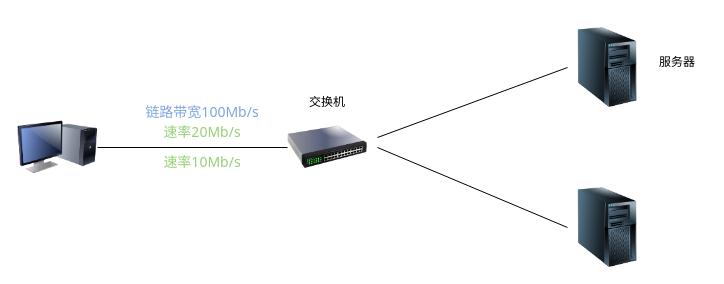
Before: computer network/速率带宽和吞吐量的区别.drawio in twodollarstwenty/drawio, a draw.io diagram. Source tidied: cells renumbered, new cells numbered last; positions are measured from the earlier drawing's top-left corner, leaving out a move shared by most shapes. Both pictures are drawn from the tidied source at 100%, with x=0, y=0 at pixel (17, 27).
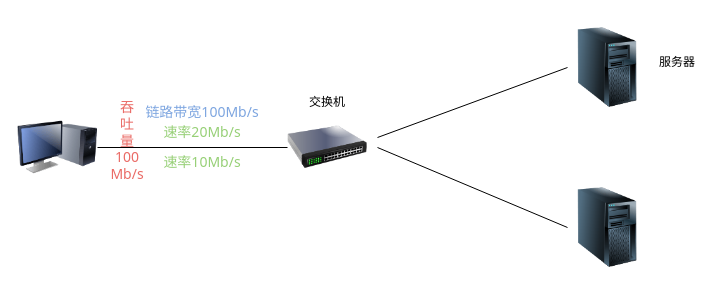
Above is the later version.

Commit message (it also covers changes not shown here):
更新速率带宽和吞吐量的区别.drawio

Change to the diagram source:
```diff
@@
 <mxGraphModel>
   <root>
     <mxCell id="0" />
     <mxCell id="1" parent="0" />
     <mxCell id="2" style="image;html=1;image=img/lib/clip_art/computers/Monitor_Tower_128x128.png;" parent="1" vertex="1">
       <mxGeometry y="80" width="80" height="80" as="geometry" />
     </mxCell>
     <mxCell id="3" style="image;html=1;image=img/lib/clip_art/networking/Switch_128x128.png;" parent="1" vertex="1">
       <mxGeometry x="270" y="80" width="80" height="80" as="geometry" />
     </mxCell>
     <mxCell id="4" style="image;html=1;image=img/lib/clip_art/computers/Server_Tower_128x128.png;" parent="1" vertex="1">
       <mxGeometry x="550" width="80" height="80" as="geometry" />
     </mxCell>
     <mxCell id="5" style="image;html=1;image=img/lib/clip_art/computers/Server_Tower_128x128.png;" parent="1" vertex="1">
       <mxGeometry x="550" y="160" width="80" height="80" as="geometry" />
     </mxCell>
     <mxCell id="6" value="交换机" style="text;strokeColor=none;align=center;fillColor=none;html=1;verticalAlign=middle;whiteSpace=wrap;rounded=0;" parent="1" vertex="1">
       <mxGeometry x="280" y="60" width="60" height="30" as="geometry" />
     </mxCell>
     <mxCell id="7" value="服务器" style="text;strokeColor=none;align=center;fillColor=none;html=1;verticalAlign=middle;whiteSpace=wrap;rounded=0;" parent="1" vertex="1">
       <mxGeometry x="630" y="20" width="60" height="30" as="geometry" />
     </mxCell>
     <mxCell id="8" style="endArrow=none;html=1;rounded=0;strokeColor=default;entryX=0;entryY=0.5;entryDx=0;entryDy=0;" parent="1" edge="1" target="5">
       <mxGeometry relative="1" as="geometry">
         <mxPoint x="360" y="120" as="sourcePoint" />
       </mxGeometry>
     </mxCell>
     <mxCell id="9" style="endArrow=none;html=1;rounded=0;strokeColor=default;entryX=0;entryY=0.5;entryDx=0;entryDy=0;" parent="1" edge="1" target="4">
       <mxGeometry relative="1" as="geometry">
         <mxPoint x="360" y="110" as="sourcePoint" />
       </mxGeometry>
     </mxCell>
     <mxCell id="10" style="endArrow=none;html=1;rounded=0;strokeColor=default;entryX=0;entryY=0.5;entryDx=0;entryDy=0;" parent="1" edge="1" target="3">
       <mxGeometry relative="1" as="geometry">
         <mxPoint x="80" y="120" as="sourcePoint" />
       </mxGeometry>
     </mxCell>
     <mxCell id="11" value="链路带宽100Mb/s" style="text;strokeColor=none;align=center;fillColor=none;html=1;verticalAlign=middle;whiteSpace=wrap;rounded=0;fontFamily=Tahoma;fontSize=14;fontColor=#7EA6E0;" parent="1" vertex="1">
       <mxGeometry x="120" y="80" width="130" height="10" as="geometry" />
     </mxCell>
     <mxCell id="12" value="速率20Mb/s" style="text;strokeColor=none;align=center;fillColor=none;html=1;verticalAlign=middle;whiteSpace=wrap;rounded=0;fontFamily=Tahoma;fontSize=14;fontColor=#97D077;" parent="1" vertex="1">
       <mxGeometry x="120" y="100" width="130" height="10" as="geometry" />
     </mxCell>
     <mxCell id="13" value="速率10Mb/s" style="text;strokeColor=none;align=center;fillColor=none;html=1;verticalAlign=middle;whiteSpace=wrap;rounded=0;fontFamily=Tahoma;fontSize=14;fontColor=#97D077;" parent="1" vertex="1">
       <mxGeometry x="120" y="130" width="130" height="10" as="geometry" />
     </mxCell>
+    <mxCell id="14" value="&lt;br&gt;吞&lt;br&gt;吐&lt;br&gt;量&lt;br&gt;100&lt;br&gt;Mb/s" style="text;strokeColor=none;align=center;fillColor=none;html=1;verticalAlign=middle;whiteSpace=wrap;rounded=0;fontFamily=Tahoma;fontSize=14;fontColor=#EA6B66;labelPosition=center;verticalLabelPosition=middle;horizontal=1;" parent="1" vertex="1">
+      <mxGeometry x="100" y="-10" width="20" height="230" as="geometry" />
+    </mxCell>
   </root>
 </mxGraphModel>
```
